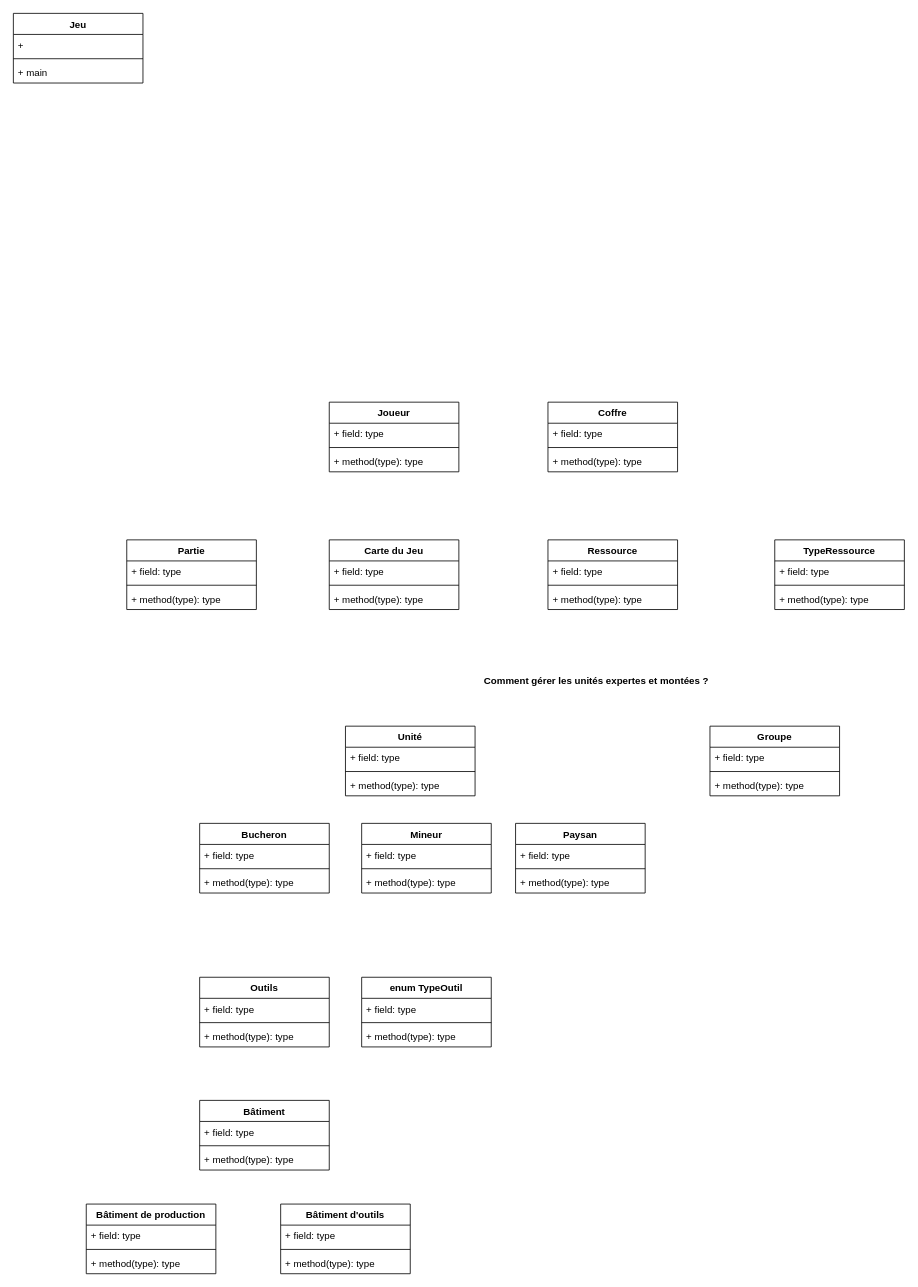
Earlier version of the draw.io diagram uml.drawio (juchrt/jeu-strateges). Source tidied: cells renumbered, new cells numbered last; positions are measured from the earlier drawing's top-left corner, leaving out a move shared by most shapes. Both pictures are drawn from the tidied source at 81%, with x=0, y=0 at pixel (13, 13).
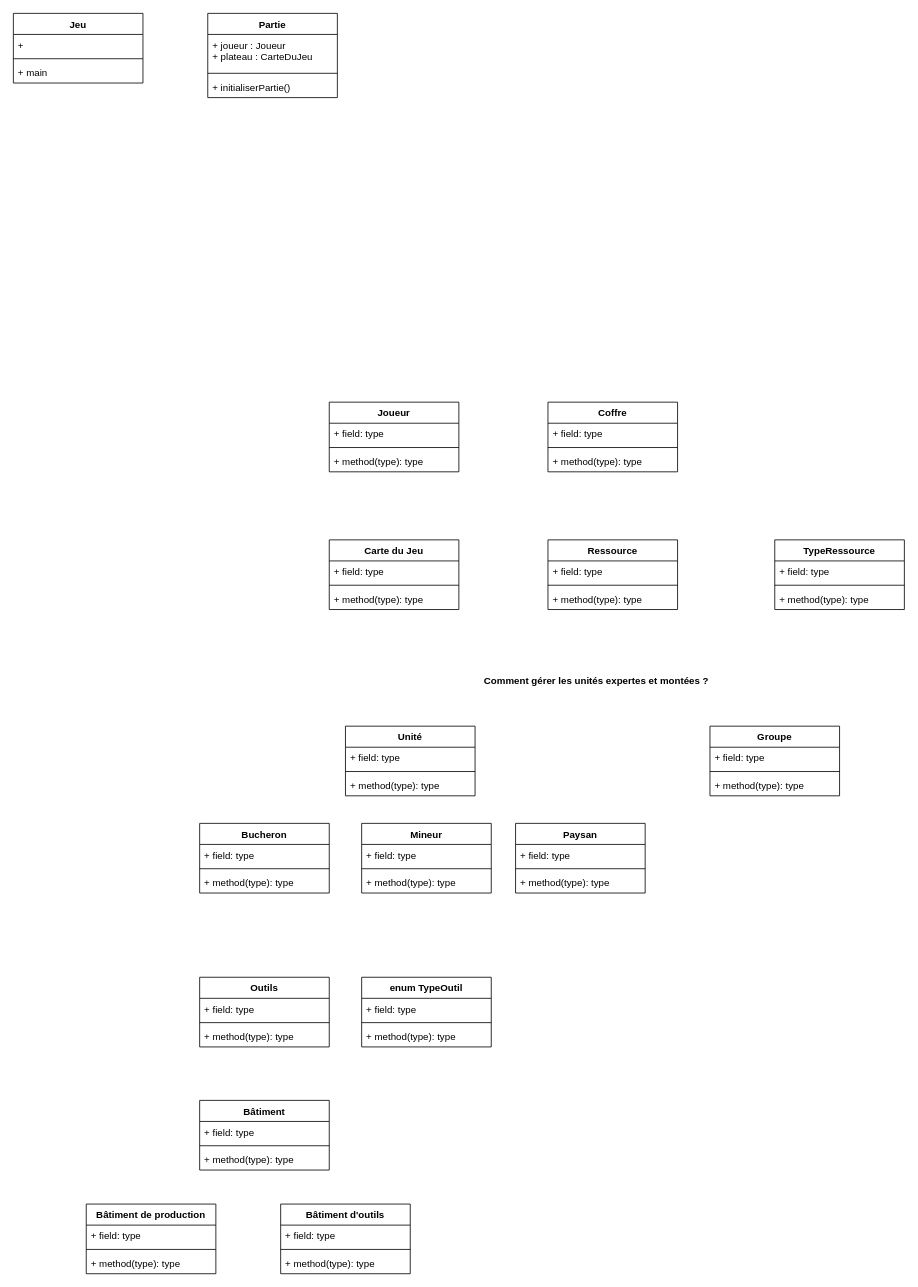
The same diagram, later.

Change to the diagram source:
```diff
@@
     <mxCell id="63" value="Partie" style="swimlane;fontStyle=1;align=center;verticalAlign=top;horizontal=1;startSize=26;" parent="1" vertex="1">
-      <mxGeometry x="140" y="650" width="160" height="86" as="geometry" />
+      <mxGeometry x="240" width="160" height="104" as="geometry" />
     </mxCell>
-    <mxCell id="64" value="+ field: type" style="text;strokeColor=none;fillColor=none;align=left;verticalAlign=top;spacingLeft=4;spacingRight=4;overflow=hidden;" parent="63" vertex="1">
-      <mxGeometry y="26" width="160" height="26" as="geometry" />
+    <mxCell id="64" value="+ joueur : Joueur&#10;+ plateau : CarteDuJeu" style="text;strokeColor=none;fillColor=none;align=left;verticalAlign=top;spacingLeft=4;spacingRight=4;overflow=hidden;" parent="63" vertex="1">
+      <mxGeometry y="26" width="160" height="44" as="geometry" />
     </mxCell>
     <mxCell id="65" style="line;strokeWidth=1;fillColor=none;align=left;verticalAlign=middle;spacingTop=-1;spacingLeft=3;spacingRight=3;labelPosition=right;strokeColor=inherit;" parent="63" vertex="1">
-      <mxGeometry y="52" width="160" height="8" as="geometry" />
+      <mxGeometry y="70" width="160" height="8" as="geometry" />
     </mxCell>
-    <mxCell id="66" value="+ method(type): type" style="text;strokeColor=none;fillColor=none;align=left;verticalAlign=top;spacingLeft=4;spacingRight=4;overflow=hidden;" parent="63" vertex="1">
-      <mxGeometry y="60" width="160" height="26" as="geometry" />
+    <mxCell id="66" value="+ initialiserPartie()" style="text;strokeColor=none;fillColor=none;align=left;verticalAlign=top;spacingLeft=4;spacingRight=4;overflow=hidden;" parent="63" vertex="1">
+      <mxGeometry y="78" width="160" height="26" as="geometry" />
     </mxCell>
```
